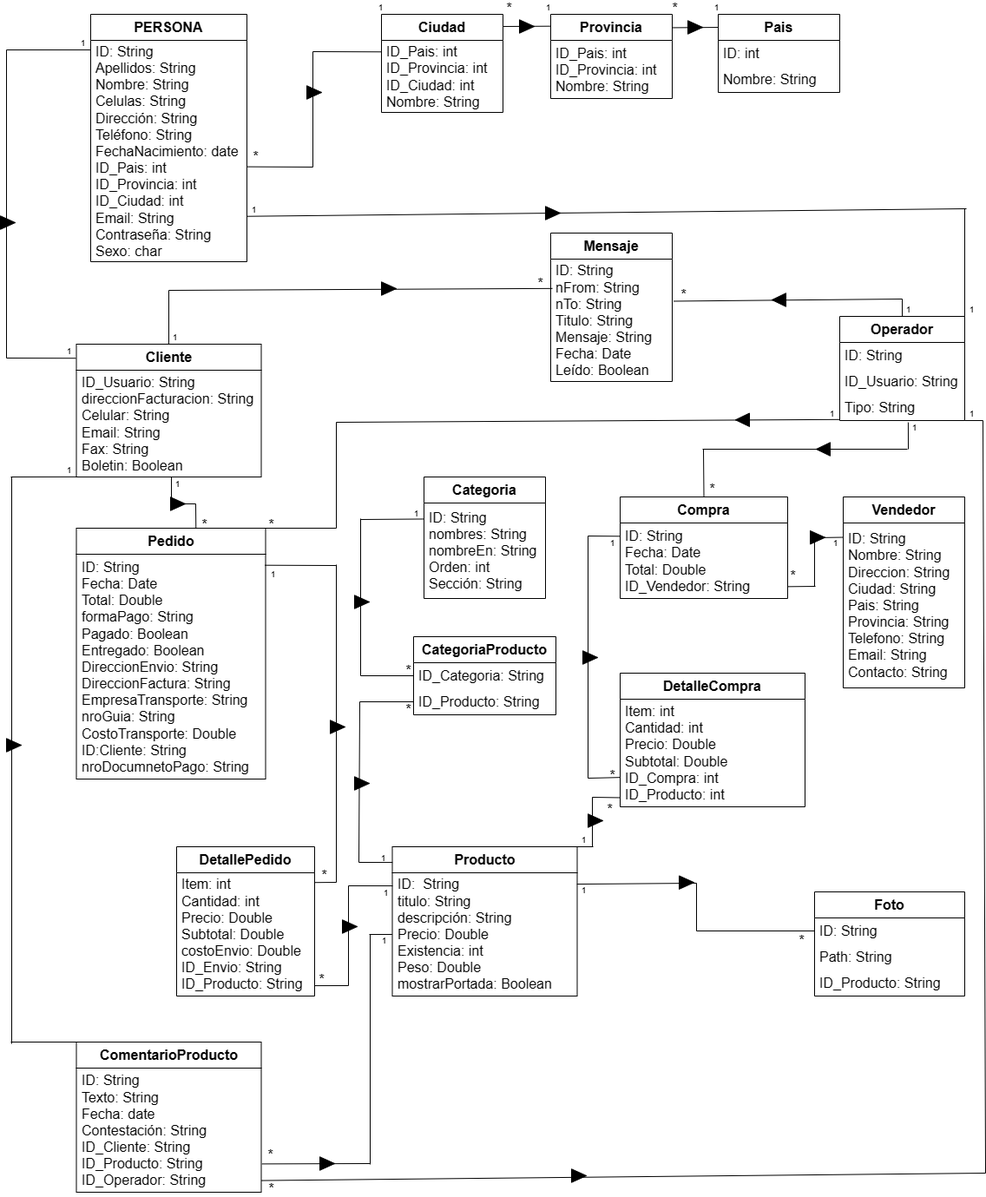
This is Diagrama de Base de Datos.png from Komby12/Pagina_de_Ventas, a draw.io export, as it was before one commit. Source tidied: cells renumbered, new cells last; positions are measured from the earlier drawing's top-left corner, leaving out a move shared by most shapes.
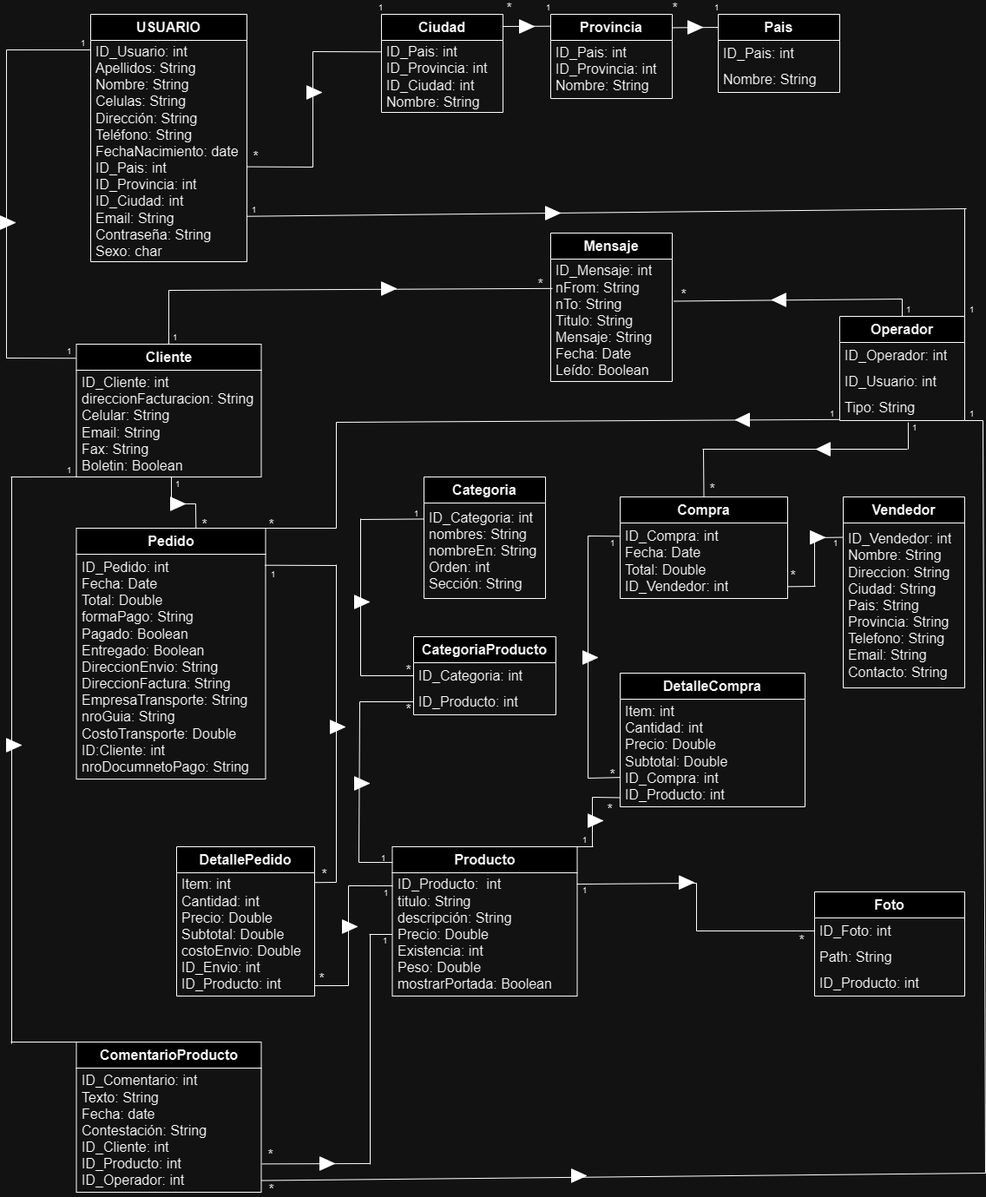
After the change.

What changed in the source:
```diff
@@ -4,6 +4,6 @@
     <mxCell id="1" parent="0" />
-    <mxCell id="2" value="&lt;b&gt;PERSONA&lt;/b&gt;" style="swimlane;fontStyle=0;horizontal=1;startSize=30;whiteSpace=wrap;html=1;fontSize=16;" parent="1" vertex="1">
+    <mxCell id="2" value="&lt;b&gt;USUARIO&lt;/b&gt;" style="swimlane;fontStyle=0;horizontal=1;startSize=30;whiteSpace=wrap;html=1;fontSize=16;" parent="1" vertex="1">
       <mxGeometry x="104" y="16" width="180" height="285" as="geometry" />
     </mxCell>
-    <mxCell id="3" value="ID: String&lt;br style=&quot;border-color: var(--border-color); text-align: center;&quot;&gt;&lt;span style=&quot;text-align: center;&quot;&gt;Apellidos: String&lt;/span&gt;&lt;br style=&quot;border-color: var(--border-color); text-align: center;&quot;&gt;&lt;span style=&quot;text-align: center;&quot;&gt;Nombre: String&lt;/span&gt;&lt;br style=&quot;border-color: var(--border-color); text-align: center;&quot;&gt;&lt;span style=&quot;text-align: center;&quot;&gt;Celulas: String&lt;/span&gt;&lt;br style=&quot;border-color: var(--border-color); text-align: center;&quot;&gt;&lt;span style=&quot;text-align: center;&quot;&gt;Dirección: String&lt;/span&gt;&lt;br style=&quot;border-color: var(--border-color); text-align: center;&quot;&gt;&lt;span style=&quot;text-align: center;&quot;&gt;Teléfono: String&lt;/span&gt;&lt;br style=&quot;border-color: var(--border-color); text-align: center;&quot;&gt;&lt;span style=&quot;text-align: center;&quot;&gt;FechaNacimiento: date&lt;/span&gt;&lt;br style=&quot;border-color: var(--border-color); text-align: center;&quot;&gt;&lt;span style=&quot;text-align: center;&quot;&gt;ID_Pais: int&lt;/span&gt;&lt;br style=&quot;border-color: var(--border-color); text-align: center;&quot;&gt;&lt;span style=&quot;text-align: center;&quot;&gt;ID_Provincia: int&lt;/span&gt;&lt;br style=&quot;border-color: var(--border-color); text-align: center;&quot;&gt;&lt;span style=&quot;text-align: center;&quot;&gt;ID_Ciudad: int&lt;/span&gt;&lt;br style=&quot;border-color: var(--border-color); text-align: center;&quot;&gt;&lt;span style=&quot;text-align: center;&quot;&gt;Email: String&lt;/span&gt;&lt;br style=&quot;border-color: var(--border-color); text-align: center;&quot;&gt;&lt;span style=&quot;text-align: center;&quot;&gt;Contraseña: String&lt;/span&gt;&lt;br style=&quot;border-color: var(--border-color); text-align: center;&quot;&gt;&lt;span style=&quot;text-align: center;&quot;&gt;Sexo: char&lt;/span&gt;" style="text;strokeColor=none;fillColor=none;align=left;verticalAlign=middle;spacingLeft=4;spacingRight=4;overflow=hidden;points=[[0,0.5],[1,0.5]];portConstraint=eastwest;whiteSpace=wrap;html=1;fontSize=16;" parent="2" vertex="1">
+    <mxCell id="3" value="&lt;font&gt;ID_Usuario: int&lt;br&gt;Apellidos: String&lt;br&gt;Nombre: String&lt;br&gt;Celulas: String&lt;br&gt;Dirección: String&lt;br&gt;Teléfono: &lt;/font&gt;&lt;span style=&quot;text-align: center;&quot;&gt;String&lt;br&gt;&lt;/span&gt;&lt;span style=&quot;text-align: center;&quot;&gt;FechaNacimiento: date&lt;br&gt;&lt;/span&gt;ID_Pais: int&lt;br&gt;ID_Provincia: int&lt;br&gt;ID_Ciudad: &lt;span style=&quot;text-align: center;&quot;&gt;int&lt;br&gt;&lt;/span&gt;Email: String&lt;br&gt;Contraseña&lt;span style=&quot;text-align: center;&quot;&gt;&lt;/span&gt;&lt;span style=&quot;text-align: center;&quot;&gt;&lt;/span&gt;&lt;span style=&quot;text-align: center;&quot;&gt;&lt;/span&gt;&lt;span style=&quot;text-align: center;&quot;&gt;: String&lt;br&gt;&lt;/span&gt;&lt;span style=&quot;text-align: center;&quot;&gt;Sexo: char&lt;/span&gt;" style="text;strokeColor=none;fillColor=none;align=left;verticalAlign=middle;spacingLeft=4;spacingRight=4;overflow=hidden;points=[[0,0.5],[1,0.5]];portConstraint=eastwest;whiteSpace=wrap;html=1;fontSize=16;" parent="2" vertex="1">
       <mxGeometry y="30" width="180" height="255" as="geometry" />
@@ -25,3 +25,3 @@
     </mxCell>
-    <mxCell id="9" value="ID: int" style="text;strokeColor=none;fillColor=none;align=left;verticalAlign=middle;spacingLeft=4;spacingRight=4;overflow=hidden;whiteSpace=wrap;html=1;fontSize=16;" parent="8" vertex="1">
+    <mxCell id="9" value="ID_Pais: int" style="text;strokeColor=none;fillColor=none;align=left;verticalAlign=middle;spacingLeft=4;spacingRight=4;overflow=hidden;whiteSpace=wrap;html=1;fontSize=16;" parent="8" vertex="1">
       <mxGeometry y="30" width="140" height="30" as="geometry" />
@@ -34,3 +34,3 @@
     </mxCell>
-    <mxCell id="12" value="ID_Usuario: String&lt;br&gt;direccionFacturacion: String&lt;br&gt;Celular: String&lt;br&gt;Email: String&lt;br&gt;Fax: String&lt;br&gt;Boletin: Boolean" style="text;strokeColor=none;fillColor=none;align=left;verticalAlign=middle;spacingLeft=4;spacingRight=4;overflow=hidden;points=[[0,0.5],[1,0.5]];portConstraint=eastwest;whiteSpace=wrap;html=1;fontSize=16;" parent="11" vertex="1">
+    <mxCell id="12" value="ID_Cliente: int&lt;br&gt;direccionFacturacion: String&lt;br&gt;Celular: String&lt;br&gt;Email: String&lt;br&gt;Fax: String&lt;br&gt;Boletin: Boolean" style="text;strokeColor=none;fillColor=none;align=left;verticalAlign=middle;spacingLeft=4;spacingRight=4;overflow=hidden;points=[[0,0.5],[1,0.5]];portConstraint=eastwest;whiteSpace=wrap;html=1;fontSize=16;" parent="11" vertex="1">
       <mxGeometry y="30" width="213" height="123" as="geometry" />
@@ -40,3 +40,3 @@
     </mxCell>
-    <mxCell id="14" value="ID: String&lt;br&gt;nFrom: String&lt;br&gt;nTo: String&lt;br&gt;Titulo: String&lt;br&gt;Mensaje: String&lt;br&gt;Fecha: Date&lt;br&gt;Leído: Boolean" style="text;strokeColor=none;fillColor=none;align=left;verticalAlign=middle;spacingLeft=4;spacingRight=4;overflow=hidden;points=[[0,0.5],[1,0.5]];portConstraint=eastwest;whiteSpace=wrap;html=1;fontSize=16;" parent="13" vertex="1">
+    <mxCell id="14" value="ID_Mensaje: int&lt;br&gt;nFrom: String&lt;br&gt;nTo: String&lt;br&gt;Titulo: String&lt;br&gt;Mensaje: String&lt;br&gt;Fecha: Date&lt;br&gt;Leído: Boolean" style="text;strokeColor=none;fillColor=none;align=left;verticalAlign=middle;spacingLeft=4;spacingRight=4;overflow=hidden;points=[[0,0.5],[1,0.5]];portConstraint=eastwest;whiteSpace=wrap;html=1;fontSize=16;" parent="13" vertex="1">
       <mxGeometry y="30" width="140" height="141" as="geometry" />
@@ -46,6 +46,6 @@
     </mxCell>
-    <mxCell id="16" value="ID: String" style="text;strokeColor=none;fillColor=none;align=left;verticalAlign=middle;spacingLeft=4;spacingRight=4;overflow=hidden;whiteSpace=wrap;html=1;fontSize=16;" parent="15" vertex="1">
+    <mxCell id="16" value="ID_Operador: int" style="text;strokeColor=none;fillColor=none;align=left;verticalAlign=middle;spacingLeft=4;spacingRight=4;overflow=hidden;whiteSpace=wrap;html=1;fontSize=16;" parent="15" vertex="1">
       <mxGeometry y="30" width="144" height="30" as="geometry" />
     </mxCell>
-    <mxCell id="17" value="ID_Usuario: String" style="text;strokeColor=none;fillColor=none;align=left;verticalAlign=middle;spacingLeft=4;spacingRight=4;overflow=hidden;whiteSpace=wrap;html=1;fontSize=16;" parent="15" vertex="1">
+    <mxCell id="17" value="ID_Usuario: int" style="text;strokeColor=none;fillColor=none;align=left;verticalAlign=middle;spacingLeft=4;spacingRight=4;overflow=hidden;whiteSpace=wrap;html=1;fontSize=16;" parent="15" vertex="1">
       <mxGeometry y="60" width="144" height="30" as="geometry" />
@@ -58,3 +58,3 @@
     </mxCell>
-    <mxCell id="20" value="ID: String&lt;br&gt;Fecha: Date&lt;br&gt;Total: Double&lt;br&gt;formaPago: String&lt;br&gt;Pagado: Boolean&lt;br&gt;Entregado: Boolean&lt;br&gt;DireccionEnvio: String&lt;br&gt;DireccionFactura: String&lt;br&gt;EmpresaTransporte: String&lt;br&gt;nroGuia: String&lt;br&gt;CostoTransporte: Double&lt;br&gt;ID:Cliente: String&lt;br&gt;nroDocumnetoPago: String" style="text;strokeColor=none;fillColor=none;align=left;verticalAlign=middle;spacingLeft=4;spacingRight=4;overflow=hidden;points=[[0,0.5],[1,0.5]];portConstraint=eastwest;whiteSpace=wrap;html=1;fontSize=16;" parent="19" vertex="1">
+    <mxCell id="20" value="ID_Pedido: int&lt;br&gt;Fecha: Date&lt;br&gt;Total: Double&lt;br&gt;formaPago: String&lt;br&gt;Pagado: Boolean&lt;br&gt;Entregado: Boolean&lt;br&gt;DireccionEnvio: String&lt;br&gt;DireccionFactura: String&lt;br&gt;EmpresaTransporte: String&lt;br&gt;nroGuia: String&lt;br&gt;CostoTransporte: Double&lt;br&gt;ID:Cliente: int&lt;br&gt;nroDocumnetoPago: String" style="text;strokeColor=none;fillColor=none;align=left;verticalAlign=middle;spacingLeft=4;spacingRight=4;overflow=hidden;points=[[0,0.5],[1,0.5]];portConstraint=eastwest;whiteSpace=wrap;html=1;fontSize=16;" parent="19" vertex="1">
       <mxGeometry y="30" width="218" height="259" as="geometry" />
@@ -64,3 +64,3 @@
     </mxCell>
-    <mxCell id="22" value="ID: String&lt;br&gt;nombres: String&lt;br&gt;nombreEn: String&lt;br&gt;Orden: int&lt;br&gt;Sección: String" style="text;strokeColor=none;fillColor=none;align=left;verticalAlign=middle;spacingLeft=4;spacingRight=4;overflow=hidden;whiteSpace=wrap;html=1;fontSize=16;" parent="21" vertex="1">
+    <mxCell id="22" value="ID_Categoria: int&lt;br&gt;nombres: String&lt;br&gt;nombreEn: String&lt;br&gt;Orden: int&lt;br&gt;Sección: String" style="text;strokeColor=none;fillColor=none;align=left;verticalAlign=middle;spacingLeft=4;spacingRight=4;overflow=hidden;whiteSpace=wrap;html=1;fontSize=16;" parent="21" vertex="1">
       <mxGeometry y="30" width="140" height="110" as="geometry" />
@@ -70,3 +70,3 @@
     </mxCell>
-    <mxCell id="24" value="ID: String&lt;br&gt;Fecha: Date&lt;br&gt;Total: Double&lt;br&gt;ID_Vendedor: String" style="text;strokeColor=none;fillColor=none;align=left;verticalAlign=middle;spacingLeft=4;spacingRight=4;overflow=hidden;points=[[0,0.5],[1,0.5]];portConstraint=eastwest;whiteSpace=wrap;html=1;fontSize=16;" parent="23" vertex="1">
+    <mxCell id="24" value="ID_Compra: int&lt;br&gt;Fecha: Date&lt;br&gt;Total: Double&lt;br&gt;ID_Vendedor: int" style="text;strokeColor=none;fillColor=none;align=left;verticalAlign=middle;spacingLeft=4;spacingRight=4;overflow=hidden;points=[[0,0.5],[1,0.5]];portConstraint=eastwest;whiteSpace=wrap;html=1;fontSize=16;" parent="23" vertex="1">
       <mxGeometry y="30" width="193" height="87" as="geometry" />
@@ -76,3 +76,3 @@
     </mxCell>
-    <mxCell id="26" value="ID: String&lt;br&gt;Nombre: String&lt;br&gt;Direccion: String&lt;br&gt;Ciudad: String&lt;br&gt;Pais: String&lt;br&gt;Provincia: String&lt;br&gt;Telefono: String&lt;br&gt;Email: String&lt;br&gt;Contacto: String" style="text;strokeColor=none;fillColor=none;align=left;verticalAlign=middle;spacingLeft=4;spacingRight=4;overflow=hidden;points=[[0,0.5],[1,0.5]];portConstraint=eastwest;whiteSpace=wrap;html=1;fontSize=16;" parent="25" vertex="1">
+    <mxCell id="26" value="ID_Vendedor: int&lt;br&gt;Nombre: String&lt;br&gt;Direccion: String&lt;br&gt;Ciudad: String&lt;br&gt;Pais: String&lt;br&gt;Provincia: String&lt;br&gt;Telefono: String&lt;br&gt;Email: String&lt;br&gt;Contacto: String" style="text;strokeColor=none;fillColor=none;align=left;verticalAlign=middle;spacingLeft=4;spacingRight=4;overflow=hidden;points=[[0,0.5],[1,0.5]];portConstraint=eastwest;whiteSpace=wrap;html=1;fontSize=16;" parent="25" vertex="1">
       <mxGeometry y="30" width="140" height="190" as="geometry" />
@@ -82,3 +82,3 @@
     </mxCell>
-    <mxCell id="28" value="Item: int&lt;br&gt;Cantidad: int&lt;br&gt;Precio: Double&lt;br&gt;Subtotal: Double&lt;br&gt;costoEnvio: Double&lt;br&gt;ID_Envio: String&lt;br&gt;ID_Producto: String" style="text;strokeColor=none;fillColor=none;align=left;verticalAlign=middle;spacingLeft=4;spacingRight=4;overflow=hidden;points=[[0,0.5],[1,0.5]];portConstraint=eastwest;whiteSpace=wrap;html=1;fontSize=16;" parent="27" vertex="1">
+    <mxCell id="28" value="Item: int&lt;br&gt;Cantidad: int&lt;br&gt;Precio: Double&lt;br&gt;Subtotal: Double&lt;br&gt;costoEnvio: Double&lt;br&gt;ID_Envio: int&lt;br&gt;ID_Producto: int" style="text;strokeColor=none;fillColor=none;align=left;verticalAlign=middle;spacingLeft=4;spacingRight=4;overflow=hidden;points=[[0,0.5],[1,0.5]];portConstraint=eastwest;whiteSpace=wrap;html=1;fontSize=16;" parent="27" vertex="1">
       <mxGeometry y="30" width="159" height="142" as="geometry" />
@@ -88,6 +88,6 @@
     </mxCell>
-    <mxCell id="30" value="ID_Categoria: String" style="text;strokeColor=none;fillColor=none;align=left;verticalAlign=middle;spacingLeft=4;spacingRight=4;overflow=hidden;points=[[0,0.5],[1,0.5]];portConstraint=eastwest;whiteSpace=wrap;html=1;fontSize=16;" parent="29" vertex="1">
+    <mxCell id="30" value="ID_Categoria: int" style="text;strokeColor=none;fillColor=none;align=left;verticalAlign=middle;spacingLeft=4;spacingRight=4;overflow=hidden;points=[[0,0.5],[1,0.5]];portConstraint=eastwest;whiteSpace=wrap;html=1;fontSize=16;" parent="29" vertex="1">
       <mxGeometry y="30" width="164" height="30" as="geometry" />
     </mxCell>
-    <mxCell id="31" value="ID_Producto: String" style="text;strokeColor=none;fillColor=none;align=left;verticalAlign=middle;spacingLeft=4;spacingRight=4;overflow=hidden;points=[[0,0.5],[1,0.5]];portConstraint=eastwest;whiteSpace=wrap;html=1;fontSize=16;" parent="29" vertex="1">
+    <mxCell id="31" value="ID_Producto: int" style="text;strokeColor=none;fillColor=none;align=left;verticalAlign=middle;spacingLeft=4;spacingRight=4;overflow=hidden;points=[[0,0.5],[1,0.5]];portConstraint=eastwest;whiteSpace=wrap;html=1;fontSize=16;" parent="29" vertex="1">
       <mxGeometry y="60" width="164" height="30" as="geometry" />
@@ -103,3 +103,3 @@
     </mxCell>
-    <mxCell id="35" value="ID:&amp;nbsp; String&lt;br&gt;titulo: String&lt;br&gt;descripción: String&lt;br&gt;Precio: Double&lt;br&gt;Existencia: int&lt;br&gt;Peso: Double&lt;br&gt;mostrarPortada: Boolean" style="text;strokeColor=none;fillColor=none;align=left;verticalAlign=middle;spacingLeft=4;spacingRight=4;overflow=hidden;points=[[0,0.5],[1,0.5]];portConstraint=eastwest;whiteSpace=wrap;html=1;fontSize=16;" parent="34" vertex="1">
+    <mxCell id="35" value="ID_Producto:&amp;nbsp; int&lt;br&gt;titulo: String&lt;br&gt;descripción: String&lt;br&gt;Precio: Double&lt;br&gt;Existencia: int&lt;br&gt;Peso: Double&lt;br&gt;mostrarPortada: Boolean" style="text;strokeColor=none;fillColor=none;align=left;verticalAlign=middle;spacingLeft=4;spacingRight=4;overflow=hidden;points=[[0,0.5],[1,0.5]];portConstraint=eastwest;whiteSpace=wrap;html=1;fontSize=16;" parent="34" vertex="1">
       <mxGeometry y="30" width="213" height="142" as="geometry" />
@@ -109,3 +109,3 @@
     </mxCell>
-    <mxCell id="37" value="ID: String" style="text;strokeColor=none;fillColor=none;align=left;verticalAlign=middle;spacingLeft=4;spacingRight=4;overflow=hidden;points=[[0,0.5],[1,0.5]];portConstraint=eastwest;whiteSpace=wrap;html=1;fontSize=16;" parent="36" vertex="1">
+    <mxCell id="37" value="ID_Foto: int" style="text;strokeColor=none;fillColor=none;align=left;verticalAlign=middle;spacingLeft=4;spacingRight=4;overflow=hidden;points=[[0,0.5],[1,0.5]];portConstraint=eastwest;whiteSpace=wrap;html=1;fontSize=16;" parent="36" vertex="1">
       <mxGeometry y="30" width="173" height="30" as="geometry" />
@@ -115,3 +115,3 @@
     </mxCell>
-    <mxCell id="39" value="ID_Producto: String" style="text;strokeColor=none;fillColor=none;align=left;verticalAlign=middle;spacingLeft=4;spacingRight=4;overflow=hidden;whiteSpace=wrap;html=1;fontSize=16;" parent="36" vertex="1">
+    <mxCell id="39" value="ID_Producto: int" style="text;strokeColor=none;fillColor=none;align=left;verticalAlign=middle;spacingLeft=4;spacingRight=4;overflow=hidden;whiteSpace=wrap;html=1;fontSize=16;" parent="36" vertex="1">
       <mxGeometry y="90" width="173" height="30" as="geometry" />
@@ -121,3 +121,3 @@
     </mxCell>
-    <mxCell id="41" value="ID: String&lt;br&gt;Texto: String&lt;br&gt;Fecha: date&lt;br&gt;Contestación: String&lt;br&gt;ID_Cliente: String&lt;br&gt;ID_Producto: String&lt;br&gt;ID_Operador: String" style="text;strokeColor=none;fillColor=none;align=left;verticalAlign=middle;spacingLeft=4;spacingRight=4;overflow=hidden;points=[[0,0.5],[1,0.5]];portConstraint=eastwest;whiteSpace=wrap;html=1;fontSize=16;" parent="40" vertex="1">
+    <mxCell id="41" value="ID_Comentario: int&lt;br&gt;Texto: String&lt;br&gt;Fecha: date&lt;br&gt;Contestación: String&lt;br&gt;ID_Cliente: int&lt;br&gt;ID_Producto: int&lt;br&gt;ID_Operador: int" style="text;strokeColor=none;fillColor=none;align=left;verticalAlign=middle;spacingLeft=4;spacingRight=4;overflow=hidden;points=[[0,0.5],[1,0.5]];portConstraint=eastwest;whiteSpace=wrap;html=1;fontSize=16;" parent="40" vertex="1">
       <mxGeometry y="30" width="213" height="143" as="geometry" />
```
